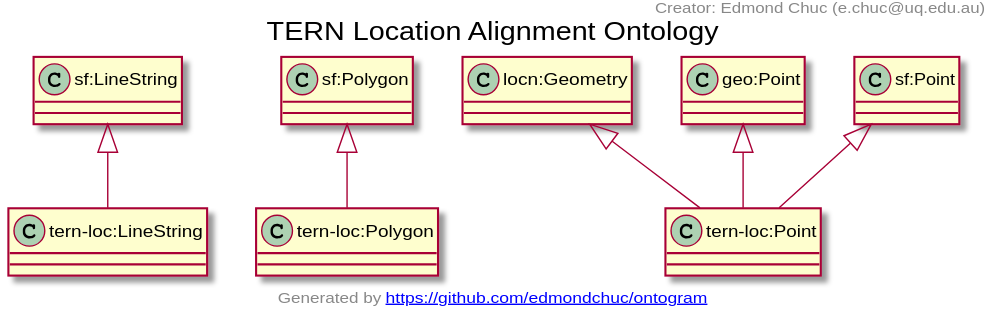
Earlier version of the PlantUML export docs/tern-loc.ttl.txt.svg (ternaustralia/ontology_tern-loc).
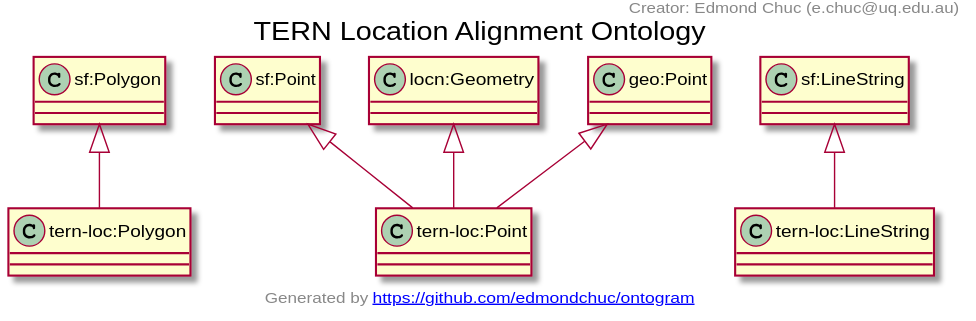
After the change.

What changed in the source:
```diff
@@ -1,15 +1,15 @@
 @startuml
 title TERN Location Alignment Ontology
-"sf:LineString" <|-- "tern-loc:LineString"
 "sf:Polygon" <|-- "tern-loc:Polygon"
+"sf:Point" <|-- "tern-loc:Point"
 "locn:Geometry" <|-- "tern-loc:Point"
 "geo:Point" <|-- "tern-loc:Point"
-"sf:Point" <|-- "tern-loc:Point"
-Class "tern-loc:LineString" [[https://w3id.org/tern/ontologies/loc/LineString]] {
-}
+"sf:LineString" <|-- "tern-loc:LineString"
 Class "tern-loc:Polygon" [[https://w3id.org/tern/ontologies/loc/Polygon]] {
 }
 Class "tern-loc:Point" [[https://w3id.org/tern/ontologies/loc/Point]] {
+}
+Class "tern-loc:LineString" [[https://w3id.org/tern/ontologies/loc/LineString]] {
 }
 header
 Creator: Edmond Chuc (e.chuc@uq.edu.au)
```
